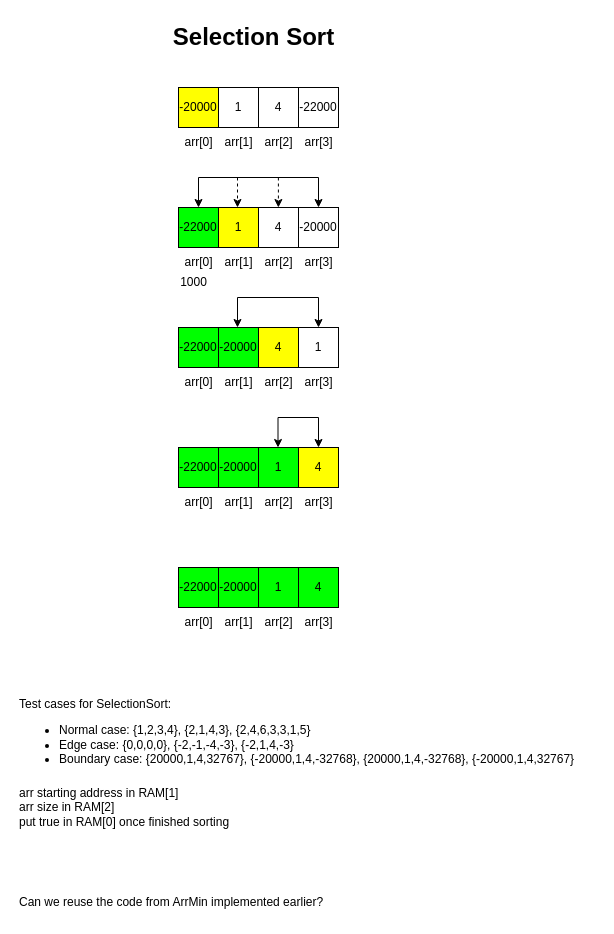
6HJS/Nand2Tetris-ASM-Example keeps this draw.io diagram as SelectionSort/SelectionSort.drawio. Above is the earlier version. Source tidied: cells renumbered, new cells numbered last; positions are measured from the earlier drawing's top-left corner, leaving out a move shared by most shapes. Both pictures are drawn from the tidied source at 100%, with x=0, y=0 at pixel (17, 17).
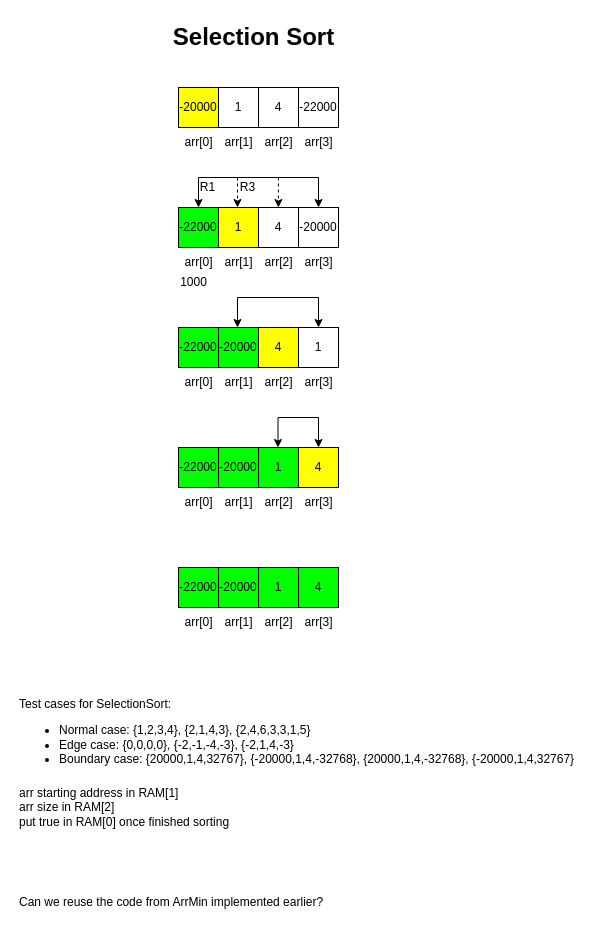
The same diagram, later.

What changed in the source:
```diff
@@
+    <mxCell id="52" value="R3" style="text;html=1;align=center;verticalAlign=middle;strokeColor=none;fillColor=none;" parent="1" vertex="1">
+      <mxGeometry x="210" y="155" width="40" height="30" as="geometry" />
+    </mxCell>
+    <mxCell id="53" value="R1" style="text;html=1;align=center;verticalAlign=middle;strokeColor=none;fillColor=none;" parent="1" vertex="1">
+      <mxGeometry x="170" y="155" width="40" height="30" as="geometry" />
+    </mxCell>
```
